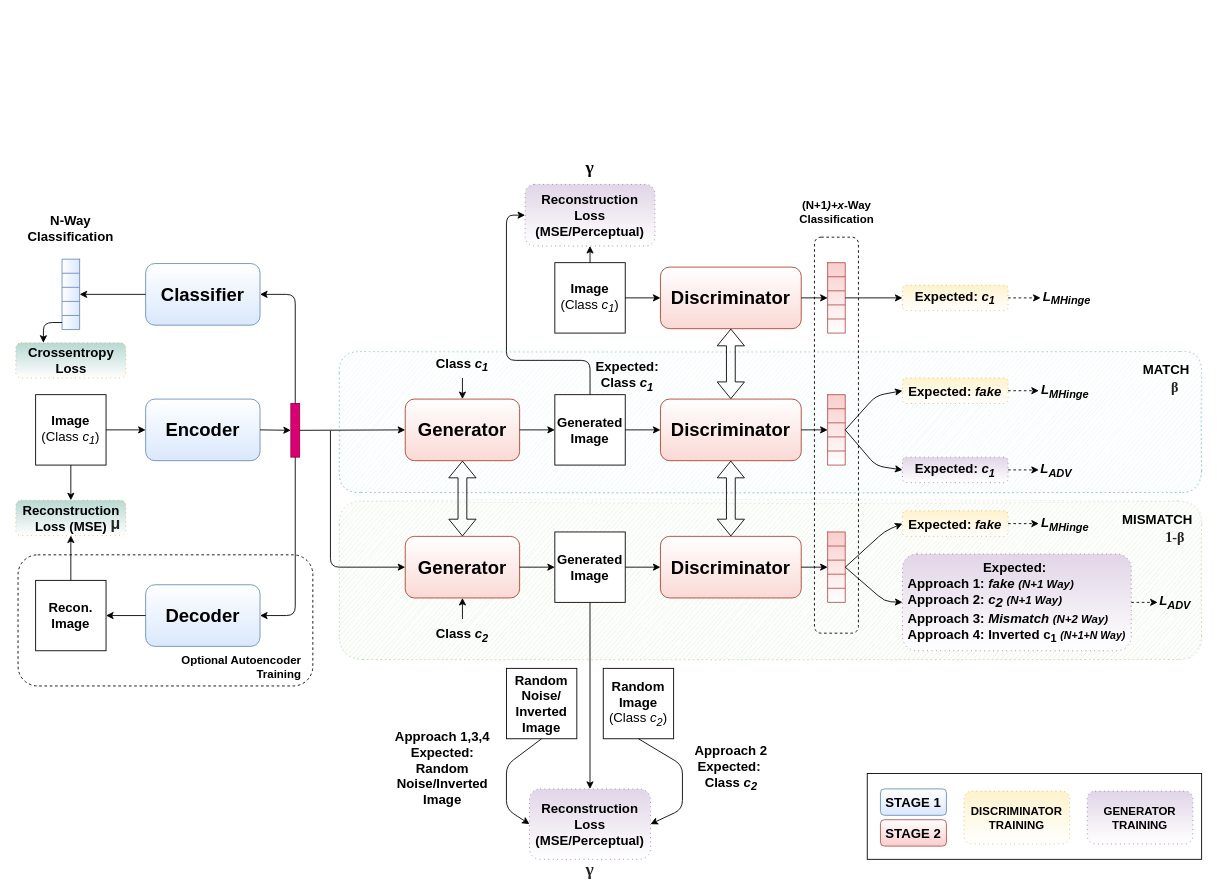
The draw.io diagram draw/cGAN-OSR.drawio in pranavbudhwant/cGAN-OSR, before the edit. Source tidied: cells renumbered, new cells numbered last; positions are measured from the earlier drawing's top-left corner, leaving out a move shared by most shapes. Both pictures are drawn from the tidied source at 88%, with x=0, y=0 at pixel (15, 158).
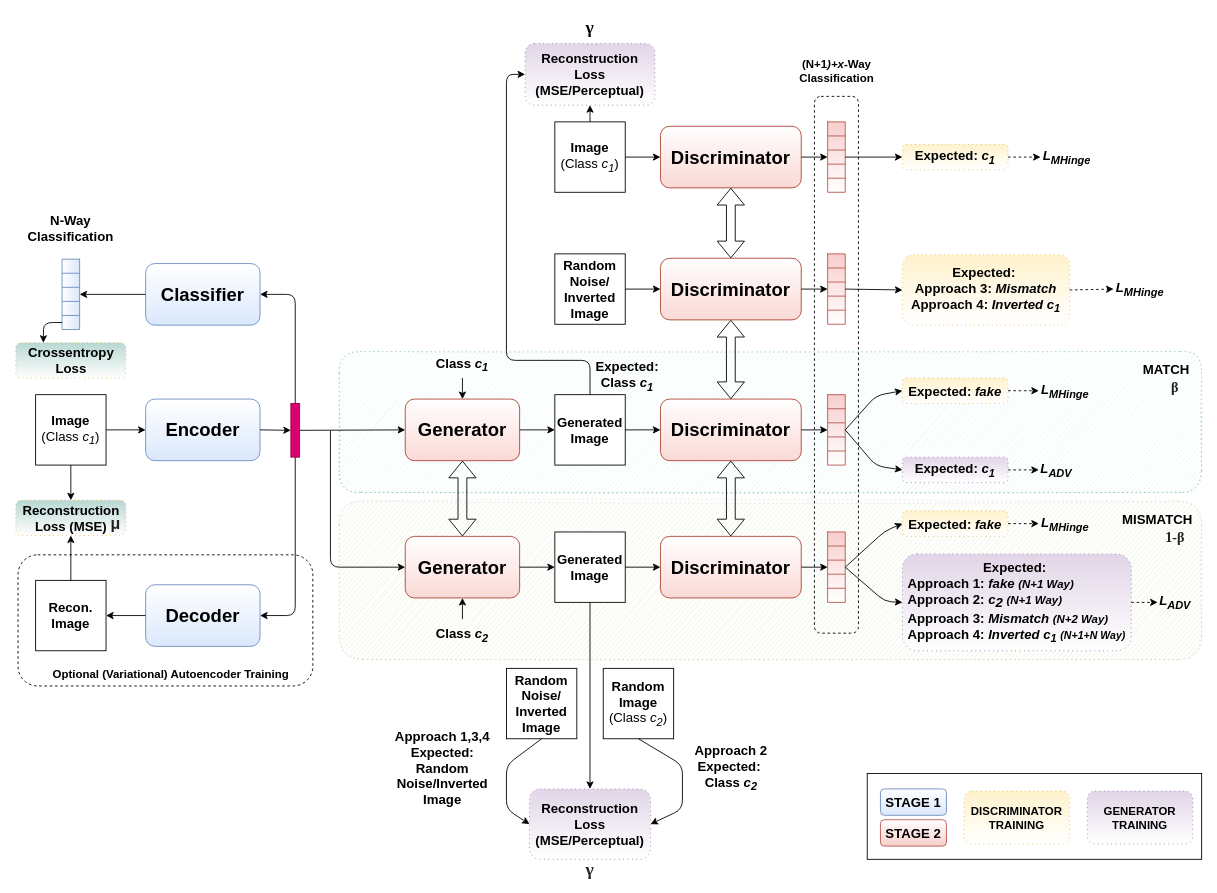
Above is the later version.

Commit message (it also covers changes not shown here):
Switched LR finder to TF2, Added Experiment class, Updated cGAN-OSR figure

Unchanged cells that the change refers to:
```xml
<mxCell id="31" value="&lt;font style=&quot;font-size: 15px&quot;&gt;&lt;b&gt;Generated&lt;br&gt;Image&lt;/b&gt;&lt;br&gt;&lt;/font&gt;" style="whiteSpace=wrap;html=1;gradientDirection=east;gradientColor=#ffffff;" parent="1" vertex="1">
  <mxGeometry x="613" y="269" width="80" height="80" as="geometry" />
</mxCell>
<mxCell id="33" style="rounded=1;whiteSpace=wrap;html=1;fillColor=#fad9d5;strokeColor=#ae4132;gradientDirection=north;gradientColor=#ffffff;" parent="1" vertex="1">
  <mxGeometry x="733" y="274" width="160" height="70" as="geometry" />
</mxCell>
```

The edit, as a diff of the source:
```diff
@@
     <mxCell id="6" style="rounded=1;whiteSpace=wrap;html=1;fillColor=none;dashed=1;" parent="1" vertex="1">
-      <mxGeometry x="908" y="90" width="50" height="450" as="geometry" />
+      <mxGeometry x="908" y="-70" width="50" height="610" as="geometry" />
     </mxCell>
@@
     <mxCell id="27" value="&lt;font style=&quot;font-size: 13px&quot;&gt;&lt;b&gt;(N+1&lt;i&gt;)+x&lt;/i&gt;-Way Classification&lt;/b&gt;&lt;/font&gt;" style="text;html=1;strokeColor=none;fillColor=none;align=center;verticalAlign=middle;whiteSpace=wrap;rounded=0;gradientColor=#ffffff;" parent="1" vertex="1">
-      <mxGeometry x="885.5" y="40" width="95" height="41" as="geometry" />
+      <mxGeometry x="885.5" y="-120" width="95" height="41" as="geometry" />
     </mxCell>
@@
     <mxCell id="64" value="&lt;font style=&quot;font-size: 15px&quot;&gt;&lt;b&gt;Image&lt;/b&gt;&lt;br&gt;(Class &lt;i&gt;c&lt;sub&gt;1&lt;/sub&gt;&lt;/i&gt;)&lt;/font&gt;" style="whiteSpace=wrap;html=1;gradientDirection=east;gradientColor=#ffffff;" parent="1" vertex="1">
-      <mxGeometry x="613" y="119" width="80" height="80" as="geometry" />
+      <mxGeometry x="613" y="-41" width="80" height="80" as="geometry" />
     </mxCell>
     <mxCell id="65" style="rounded=1;whiteSpace=wrap;html=1;fillColor=#fad9d5;strokeColor=#ae4132;gradientDirection=north;gradientColor=#ffffff;" parent="1" vertex="1">
-      <mxGeometry x="733" y="124" width="160" height="70" as="geometry" />
+      <mxGeometry x="733" y="-36" width="160" height="70" as="geometry" />
     </mxCell>
     <mxCell id="66" value="&lt;font style=&quot;font-size: 21px&quot;&gt;&lt;b&gt;Discriminator&lt;br&gt;&lt;/b&gt;&lt;/font&gt;" style="text;html=1;strokeColor=none;fillColor=none;align=center;verticalAlign=middle;whiteSpace=wrap;rounded=0;gradientColor=#ffffff;" parent="1" vertex="1">
-      <mxGeometry x="763" y="136.5" width="100" height="45" as="geometry" />
+      <mxGeometry x="763" y="-23.5" width="100" height="45" as="geometry" />
     </mxCell>
@@
     <mxCell id="69" style="shape=table;html=1;whiteSpace=wrap;startSize=0;childLayout=tableLayout;fillColor=#f8cecc;strokeColor=#b85450;gradientColor=#ffffff;" parent="1" vertex="1">
-      <mxGeometry x="923" y="119" width="20" height="80" as="geometry" />
+      <mxGeometry x="923" y="-41" width="20" height="80" as="geometry" />
     </mxCell>
@@
-    <mxCell id="87" style="shape=flexArrow;endArrow=classic;startArrow=classic;html=1;entryX=0.5;entryY=1;entryDx=0;entryDy=0;exitX=0.5;exitY=0;exitDx=0;exitDy=0;" parent="1" edge="1" source="33" target="65">
+    <mxCell id="87" style="shape=flexArrow;endArrow=classic;startArrow=classic;html=1;entryX=0.5;entryY=1;entryDx=0;entryDy=0;exitX=0.5;exitY=0;exitDx=0;exitDy=0;" parent="1" edge="1" source="33" target="148">
       <mxGeometry relative="1" as="geometry" />
     </mxCell>
     <mxCell id="88" value="&lt;font style=&quot;font-size: 15px&quot;&gt;&lt;b&gt;Expected: &lt;i&gt;c&lt;sub&gt;1&lt;/sub&gt;&lt;/i&gt;&lt;/b&gt;&lt;/font&gt;" style="rounded=1;whiteSpace=wrap;html=1;fillColor=#fff2cc;dashed=1;dashPattern=1 4;strokeColor=#d6b656;gradientColor=#ffffff;" parent="1" vertex="1">
-      <mxGeometry x="1008" y="144.5" width="120" height="29" as="geometry" />
+      <mxGeometry x="1008" y="-15.5" width="120" height="29" as="geometry" />
     </mxCell>
@@
-    <mxCell id="92" value="&lt;p style=&quot;line-height: 100%&quot;&gt;&lt;/p&gt;&lt;div&gt;&lt;span style=&quot;font-size: 15px&quot;&gt;&lt;b&gt;Expected:&amp;nbsp;&lt;/b&gt;&lt;/span&gt;&lt;/div&gt;&lt;div style=&quot;text-align: left&quot;&gt;&lt;span style=&quot;font-size: 15px&quot;&gt;&lt;b&gt;Approach 1: &lt;i&gt;fake&amp;nbsp;&lt;/i&gt;&lt;/b&gt;&lt;/span&gt;&lt;span style=&quot;font-size: 13px ; font-style: italic ; font-weight: 700&quot;&gt;(N+1 Way)&lt;/span&gt;&lt;/div&gt;&lt;font&gt;&lt;b&gt;&lt;div style=&quot;font-size: 15px ; text-align: left&quot;&gt;&lt;span style=&quot;font-size: 15px&quot;&gt;Approach 2:&amp;nbsp;&lt;/span&gt;&lt;span style=&quot;font-style: italic ; font-size: 15px&quot;&gt;c&lt;/span&gt;&lt;span style=&quot;vertical-align: sub ; font-style: italic ; font-size: 15px&quot;&gt;2&amp;nbsp;&lt;/span&gt;&lt;span style=&quot;font-style: italic&quot;&gt;&lt;font style=&quot;font-size: 13px&quot;&gt;(N+1 Way)&lt;/font&gt;&lt;/span&gt;&lt;/div&gt;&lt;div style=&quot;font-size: 15px ; text-align: left&quot;&gt;&lt;span style=&quot;font-size: 15px&quot;&gt;Approach 3:&amp;nbsp;&lt;/span&gt;&lt;i style=&quot;font-size: 15px&quot;&gt;Mismatch&amp;nbsp;&lt;/i&gt;&lt;span style=&quot;font-size: 13px ; font-style: italic&quot;&gt;(N+2 Way)&lt;/span&gt;&lt;/div&gt;&lt;div style=&quot;text-align: left&quot;&gt;&lt;span style=&quot;font-size: 15px&quot;&gt;Approach 4: Inverted c&lt;sub&gt;1&lt;/sub&gt;&amp;nbsp;&lt;/span&gt;&lt;font style=&quot;font-size: 12px&quot;&gt;&lt;i&gt;(N+1+N Way)&lt;/i&gt;&lt;/font&gt;&lt;/div&gt;&lt;/b&gt;&lt;/font&gt;&lt;p&gt;&lt;/p&gt;" style="rounded=1;whiteSpace=wrap;html=1;dashed=1;dashPattern=1 4;fillColor=#e1d5e7;strokeColor=#9673a6;gradientColor=#ffffff;" parent="1" vertex="1">
+    <mxCell id="92" value="&lt;p style=&quot;line-height: 100%&quot;&gt;&lt;/p&gt;&lt;div&gt;&lt;span style=&quot;font-size: 15px&quot;&gt;&lt;b&gt;Expected:&amp;nbsp;&lt;/b&gt;&lt;/span&gt;&lt;/div&gt;&lt;div style=&quot;text-align: left&quot;&gt;&lt;span style=&quot;font-size: 15px&quot;&gt;&lt;b&gt;Approach 1: &lt;i&gt;fake&amp;nbsp;&lt;/i&gt;&lt;/b&gt;&lt;/span&gt;&lt;span style=&quot;font-size: 13px ; font-style: italic ; font-weight: 700&quot;&gt;(N+1 Way)&lt;/span&gt;&lt;/div&gt;&lt;font&gt;&lt;b&gt;&lt;div style=&quot;font-size: 15px ; text-align: left&quot;&gt;&lt;span style=&quot;font-size: 15px&quot;&gt;Approach 2:&amp;nbsp;&lt;/span&gt;&lt;span style=&quot;font-style: italic ; font-size: 15px&quot;&gt;c&lt;/span&gt;&lt;span style=&quot;vertical-align: sub ; font-style: italic ; font-size: 15px&quot;&gt;2&amp;nbsp;&lt;/span&gt;&lt;span style=&quot;font-style: italic&quot;&gt;&lt;font style=&quot;font-size: 13px&quot;&gt;(N+1 Way)&lt;/font&gt;&lt;/span&gt;&lt;/div&gt;&lt;div style=&quot;font-size: 15px ; text-align: left&quot;&gt;&lt;span style=&quot;font-size: 15px&quot;&gt;Approach 3:&amp;nbsp;&lt;/span&gt;&lt;i style=&quot;font-size: 15px&quot;&gt;Mismatch&amp;nbsp;&lt;/i&gt;&lt;span style=&quot;font-size: 13px ; font-style: italic&quot;&gt;(N+2 Way)&lt;/span&gt;&lt;/div&gt;&lt;div style=&quot;text-align: left&quot;&gt;&lt;span style=&quot;font-size: 15px&quot;&gt;Approach 4: &lt;i&gt;Inverted c&lt;sub&gt;1&lt;/sub&gt;&amp;nbsp;&lt;/i&gt;&lt;/span&gt;&lt;font style=&quot;font-size: 12px&quot;&gt;&lt;i&gt;(N+1+N Way)&lt;/i&gt;&lt;/font&gt;&lt;/div&gt;&lt;/b&gt;&lt;/font&gt;&lt;p&gt;&lt;/p&gt;" style="rounded=1;whiteSpace=wrap;html=1;dashed=1;dashPattern=1 4;fillColor=#e1d5e7;strokeColor=#9673a6;gradientColor=#ffffff;" parent="1" vertex="1">
       <mxGeometry x="1008" y="450" width="260" height="110" as="geometry" />
     </mxCell>
@@
     <mxCell id="97" style="endArrow=classic;html=1;exitX=0.5;exitY=0;exitDx=0;exitDy=0;entryX=0;entryY=0.5;entryDx=0;entryDy=0;" parent="1" edge="1" source="31" target="98">
       <mxGeometry relative="1" as="geometry">
         <Array as="points">
           <mxPoint x="653" y="230" />
           <mxPoint x="558" y="230" />
-          <mxPoint x="558" y="65" />
+          <mxPoint x="558" y="-95" />
         </Array>
       </mxGeometry>
     </mxCell>
     <mxCell id="98" value="&lt;font style=&quot;font-size: 15px&quot;&gt;&lt;b&gt;Reconstruction&lt;br&gt;Loss &lt;br&gt;(MSE/Perceptual)&lt;/b&gt;&lt;/font&gt;" style="rounded=1;whiteSpace=wrap;html=1;fillColor=#e1d5e7;strokeColor=#9673a6;gradientColor=#ffffff;dashed=1;dashPattern=1 4;" parent="1" vertex="1">
-      <mxGeometry x="579.2" y="30" width="147.5" height="70" as="geometry" />
+      <mxGeometry x="579.2" y="-130" width="147.5" height="70" as="geometry" />
     </mxCell>
@@
     <mxCell id="110" value="&lt;span style=&quot;font-family: &amp;#34;times new roman&amp;#34;&quot;&gt;&lt;font size=&quot;1&quot;&gt;&lt;b style=&quot;font-size: 20px&quot;&gt;γ&lt;/b&gt;&lt;/font&gt;&lt;/span&gt;" style="text;html=1;strokeColor=none;fillColor=none;align=center;verticalAlign=middle;whiteSpace=wrap;rounded=0;" parent="1" vertex="1">
-      <mxGeometry x="633" width="40" height="20" as="geometry" />
+      <mxGeometry x="633" y="-160" width="40" height="20" as="geometry" />
     </mxCell>
@@
-    <mxCell id="130" value="&lt;b style=&quot;font-size: 13px&quot;&gt;Optional Autoencoder&lt;br&gt;Training&lt;/b&gt;" style="text;html=1;strokeColor=none;fillColor=none;align=right;verticalAlign=middle;whiteSpace=wrap;rounded=0;dashed=1;" parent="1" vertex="1">
-      <mxGeometry x="162" y="569" width="165" height="20" as="geometry" />
+    <mxCell id="130" value="&lt;b style=&quot;font-size: 13px&quot;&gt;Optional (Variational) Autoencoder Training&lt;/b&gt;" style="text;html=1;strokeColor=none;fillColor=none;align=right;verticalAlign=middle;whiteSpace=wrap;rounded=0;dashed=1;" parent="1" vertex="1">
+      <mxGeometry x="33" y="560" width="280" height="51" as="geometry" />
     </mxCell>
@@
     <mxCell id="135" value="&lt;b style=&quot;font-size: 15px&quot;&gt;&lt;i&gt;L&lt;sub&gt;MHinge&lt;/sub&gt;&lt;/i&gt;&lt;/b&gt;" style="text;html=1;strokeColor=none;fillColor=none;align=center;verticalAlign=middle;whiteSpace=wrap;rounded=0;dashed=1;" parent="1" vertex="1">
-      <mxGeometry x="1165" y="148.5" width="60" height="21" as="geometry" />
+      <mxGeometry x="1165" y="-11.5" width="60" height="21" as="geometry" />
     </mxCell>
@@
+    <mxCell id="147" value="&lt;b style=&quot;font-size: 15px&quot;&gt;Random Noise/&lt;br&gt;Inverted Image&lt;/b&gt;" style="whiteSpace=wrap;html=1;gradientDirection=east;gradientColor=#ffffff;" parent="1" vertex="1">
+      <mxGeometry x="613" y="109" width="80" height="80" as="geometry" />
+    </mxCell>
+    <mxCell id="148" style="rounded=1;whiteSpace=wrap;html=1;fillColor=#fad9d5;strokeColor=#ae4132;gradientDirection=north;gradientColor=#ffffff;" parent="1" vertex="1">
+      <mxGeometry x="733" y="114" width="160" height="70" as="geometry" />
+    </mxCell>
+    <mxCell id="149" value="&lt;font style=&quot;font-size: 21px&quot;&gt;&lt;b&gt;Discriminator&lt;br&gt;&lt;/b&gt;&lt;/font&gt;" style="text;html=1;strokeColor=none;fillColor=none;align=center;verticalAlign=middle;whiteSpace=wrap;rounded=0;gradientColor=#ffffff;" parent="1" vertex="1">
+      <mxGeometry x="763" y="126.5" width="100" height="45" as="geometry" />
+    </mxCell>
+    <mxCell id="150" style="endArrow=classic;html=1;exitX=1;exitY=0.5;exitDx=0;exitDy=0;entryX=0;entryY=0.5;entryDx=0;entryDy=0;gradientColor=#ffffff;" parent="1" edge="1" source="147" target="148">
+      <mxGeometry relative="1" as="geometry" />
+    </mxCell>
+    <mxCell id="151" style="endArrow=classic;html=1;exitX=1;exitY=0.5;exitDx=0;exitDy=0;entryX=0;entryY=0.5;entryDx=0;entryDy=0;gradientColor=#ffffff;" parent="1" edge="1" source="148" target="157">
+      <mxGeometry relative="1" as="geometry" />
+    </mxCell>
+    <mxCell id="152" style="shape=table;html=1;whiteSpace=wrap;startSize=0;childLayout=tableLayout;fillColor=#f8cecc;strokeColor=#b85450;gradientColor=#ffffff;" parent="1" vertex="1">
+      <mxGeometry x="923" y="109" width="20" height="80" as="geometry" />
+    </mxCell>
+    <mxCell id="153" style="shape=partialRectangle;html=1;whiteSpace=wrap;fillColor=none;top=0;left=0;bottom=0;right=0;gradientColor=#ffffff;" parent="152" vertex="1">
+      <mxGeometry width="20" height="16" as="geometry" />
+    </mxCell>
+    <mxCell id="154" style="shape=partialRectangle;html=1;whiteSpace=wrap;overflow=hidden;fillColor=none;top=0;left=0;bottom=0;right=0;gradientColor=#ffffff;" parent="153" vertex="1">
+      <mxGeometry width="20" height="16" as="geometry" />
+    </mxCell>
+    <mxCell id="155" style="shape=partialRectangle;html=1;whiteSpace=wrap;fillColor=none;top=0;left=0;bottom=0;right=0;gradientColor=#ffffff;" parent="152" vertex="1">
+      <mxGeometry y="16" width="20" height="16" as="geometry" />
+    </mxCell>
+    <mxCell id="156" style="shape=partialRectangle;html=1;whiteSpace=wrap;overflow=hidden;fillColor=none;top=0;left=0;bottom=0;right=0;gradientColor=#ffffff;" parent="155" vertex="1">
+      <mxGeometry width="20" height="16" as="geometry" />
+    </mxCell>
+    <mxCell id="157" style="shape=partialRectangle;html=1;whiteSpace=wrap;fillColor=none;top=0;left=0;bottom=0;right=0;points=[[0,0.5],[1,0.5]];portConstraint=eastwest;gradientColor=#ffffff;" parent="152" vertex="1">
+      <mxGeometry y="32" width="20" height="16" as="geometry" />
+    </mxCell>
+    <mxCell id="158" style="shape=partialRectangle;html=1;whiteSpace=wrap;overflow=hidden;fillColor=none;top=0;left=0;bottom=0;right=0;gradientColor=#ffffff;" parent="157" vertex="1">
+      <mxGeometry width="20" height="16" as="geometry" />
+    </mxCell>
+    <mxCell id="159" style="shape=partialRectangle;html=1;whiteSpace=wrap;fillColor=none;top=0;left=0;bottom=0;right=0;gradientColor=#ffffff;" parent="152" vertex="1">
+      <mxGeometry y="48" width="20" height="16" as="geometry" />
+    </mxCell>
+    <mxCell id="160" style="shape=partialRectangle;html=1;whiteSpace=wrap;overflow=hidden;fillColor=none;top=0;left=0;bottom=0;right=0;gradientColor=#ffffff;" parent="159" vertex="1">
+      <mxGeometry width="20" height="16" as="geometry" />
+    </mxCell>
+    <mxCell id="161" style="shape=partialRectangle;html=1;whiteSpace=wrap;fillColor=none;top=0;left=0;bottom=0;right=0;gradientColor=#ffffff;" parent="152" vertex="1">
+      <mxGeometry y="64" width="20" height="16" as="geometry" />
+    </mxCell>
+    <mxCell id="162" style="shape=partialRectangle;html=1;whiteSpace=wrap;overflow=hidden;fillColor=none;top=0;left=0;bottom=0;right=0;gradientColor=#ffffff;" parent="161" vertex="1">
+      <mxGeometry width="20" height="16" as="geometry" />
+    </mxCell>
+    <mxCell id="163" style="endArrow=classic;html=1;exitX=1;exitY=0.5;exitDx=0;exitDy=0;entryX=0;entryY=0.5;entryDx=0;entryDy=0;" parent="1" edge="1" source="157" target="164">
+      <mxGeometry relative="1" as="geometry" />
+    </mxCell>
+    <mxCell id="164" value="&lt;font style=&quot;font-size: 15px&quot;&gt;&lt;b&gt;Expected:&amp;nbsp;&lt;br&gt;&lt;/b&gt;&lt;b&gt;Approach 3: &lt;i&gt;Mismatch&lt;/i&gt;&lt;br&gt;Approach 4:&lt;i&gt; Inverted c&lt;sub&gt;1&lt;/sub&gt;&lt;br&gt;&lt;/i&gt;&lt;/b&gt;&lt;/font&gt;" style="rounded=1;whiteSpace=wrap;html=1;fillColor=#fff2cc;dashed=1;dashPattern=1 4;strokeColor=#d6b656;gradientColor=#ffffff;" parent="1" vertex="1">
+      <mxGeometry x="1008" y="110" width="190" height="80" as="geometry" />
+    </mxCell>
+    <mxCell id="165" value="&lt;b style=&quot;font-size: 15px&quot;&gt;&lt;i&gt;L&lt;sub&gt;MHinge&lt;/sub&gt;&lt;/i&gt;&lt;/b&gt;" style="text;html=1;strokeColor=none;fillColor=none;align=center;verticalAlign=middle;whiteSpace=wrap;rounded=0;dashed=1;" parent="1" vertex="1">
+      <mxGeometry x="1248" y="138.5" width="60" height="21" as="geometry" />
+    </mxCell>
+    <mxCell id="166" style="endArrow=classic;html=1;exitX=1;exitY=0.5;exitDx=0;exitDy=0;entryX=0;entryY=0.5;entryDx=0;entryDy=0;dashed=1;" parent="1" edge="1" source="164" target="165">
+      <mxGeometry relative="1" as="geometry" />
+    </mxCell>
+    <mxCell id="167" style="shape=flexArrow;endArrow=classic;startArrow=classic;html=1;entryX=0.5;entryY=1;entryDx=0;entryDy=0;exitX=0.5;exitY=0;exitDx=0;exitDy=0;" parent="1" edge="1" source="148" target="65">
+      <mxGeometry relative="1" as="geometry" />
+    </mxCell>
```
